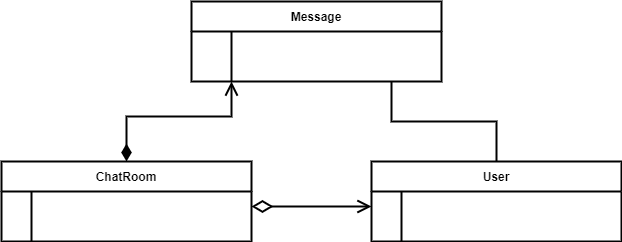
Before: lab/img/lab1_objects_diagram.png, a diagram exported from draw.io (Aikmiros/Dotnet-labs). Source tidied: cells renumbered, new cells last; positions are measured from the earlier drawing's top-left corner, leaving out a move shared by most shapes.
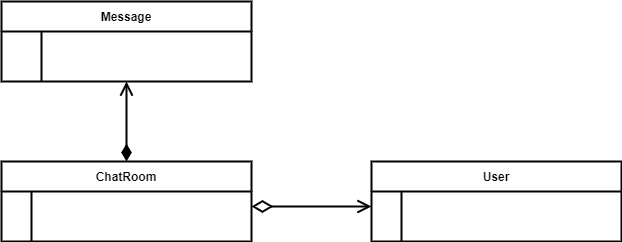
Later version of the same file.

Commit message:
fixed objects diagram

Change to the diagram source:
```diff
@@ -3,22 +3,17 @@
     <mxCell id="0" />
     <mxCell id="1" parent="0" />
     <mxCell id="2" value="Message" style="shape=table;startSize=30;rowLines=0;fontStyle=1;align=center;strokeWidth=2;" parent="1" vertex="1">
-      <mxGeometry x="190" width="250" height="80" as="geometry" />
+      <mxGeometry width="250" height="80" as="geometry" />
     </mxCell>
     <mxCell id="3" style="shape=partialRectangle;fillColor=none;top=0;left=0;right=0;bottom=0;" parent="2" vertex="1">
-      <mxGeometry y="30" width="250" height="30" as="geometry" />
+      <mxGeometry y="30" width="250" height="40" as="geometry" />
     </mxCell>
     <mxCell id="4" style="shape=partialRectangle;overflow=hidden;fillColor=none;top=0;left=0;bottom=0;right=0;" parent="3" vertex="1">
-      <mxGeometry width="40" height="30" as="geometry" />
+      <mxGeometry width="40" height="40" as="geometry" />
     </mxCell>
     <mxCell id="5" style="shape=partialRectangle;overflow=hidden;fillColor=none;top=0;left=0;bottom=0;right=0;align=left;spacingLeft=6;" parent="3" vertex="1">
-      <mxGeometry x="40" width="210" height="30" as="geometry" />
+      <mxGeometry x="40" width="210" height="40" as="geometry" />
     </mxCell>
-    <mxCell id="6" style="edgeStyle=orthogonalEdgeStyle;rounded=0;jettySize=auto;html=1;strokeWidth=2;endArrow=none;endFill=0;targetPerimeterSpacing=0;endSize=10;startArrow=none;startFill=0;startSize=10;" parent="1" edge="1" source="7">
-      <mxGeometry relative="1" as="geometry">
-        <mxPoint x="390" y="80" as="targetPoint" />
-      </mxGeometry>
-    </mxCell>
     <mxCell id="7" value="User" style="shape=table;startSize=30;rowLines=0;fontStyle=1;align=center;strokeWidth=2;" parent="1" vertex="1">
       <mxGeometry x="370" y="160" width="250" height="80" as="geometry" />
     </mxCell>
@@ -33,7 +28,10 @@
     </mxCell>
     <mxCell id="11" style="edgeStyle=orthogonalEdgeStyle;jettySize=auto;html=1;rounded=0;endArrow=open;endFill=0;strokeWidth=2;startArrow=diamondThin;startFill=1;startSize=12;endSize=10;" parent="1" edge="1" source="12">
       <mxGeometry relative="1" as="geometry">
-        <mxPoint x="230" y="80" as="targetPoint" />
+        <mxPoint x="125" y="80" as="targetPoint" />
+        <Array as="points">
+          <mxPoint x="125" y="80" />
+        </Array>
       </mxGeometry>
     </mxCell>
     <mxCell id="12" value="ChatRoom" style="shape=table;startSize=30;rowLines=0;fontStyle=1;align=center;strokeWidth=2;" parent="1" vertex="1">
```
